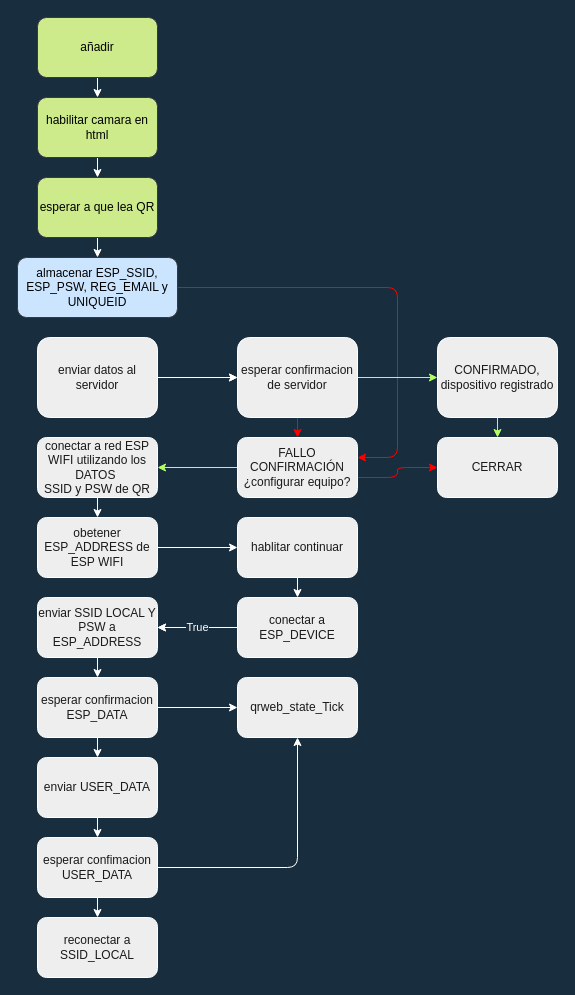
Earlier version of the draw.io diagram design_files/Untitled Diagram3.drawio (marsex/workbench). Source tidied: cells renumbered, new cells numbered last; positions are measured from the earlier drawing's top-left corner, leaving out a move shared by most shapes. Both pictures are drawn from the tidied source at 100%, with x=0, y=0 at pixel (17, 17).
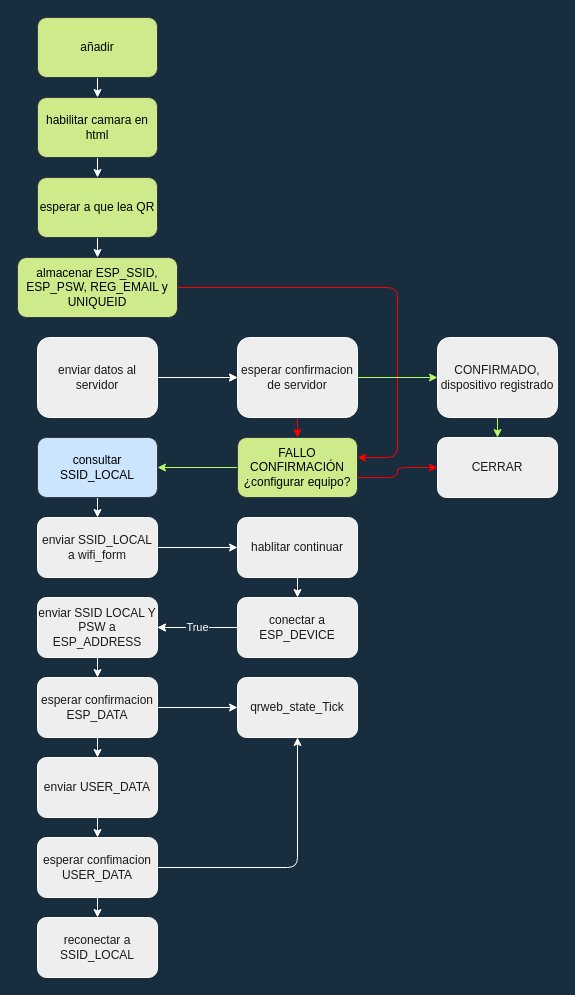
The same page after the edit.

The edit, as a diff of the source:
```diff
@@
-    <mxCell id="9" value="almacenar ESP_SSID, ESP_PSW, REG_EMAIL y UNIQUEID" style="whiteSpace=wrap;html=1;fillColor=#cce5ff;strokeColor=#36393d;rounded=1;" parent="1" vertex="1">
+    <mxCell id="9" value="almacenar ESP_SSID, ESP_PSW, REG_EMAIL y UNIQUEID" style="whiteSpace=wrap;html=1;fillColor=#cdeb8b;strokeColor=#36393d;rounded=1;" parent="1" vertex="1">
       <mxGeometry y="240" width="160" height="60" as="geometry" />
     </mxCell>
@@
-    <mxCell id="14" value="conectar a red ESP WIFI utilizando los DATOS&amp;nbsp;&lt;br&gt;SSID y PSW de QR" style="whiteSpace=wrap;html=1;fillColor=#EEEEEE;strokeColor=#FFFFFF;fontColor=#1A1A1A;rounded=1;" parent="1" vertex="1">
+    <mxCell id="14" value="consultar SSID_LOCAL" style="whiteSpace=wrap;html=1;fillColor=#cce5ff;strokeColor=#36393d;rounded=1;" parent="1" vertex="1">
       <mxGeometry x="20" y="420" width="120" height="60" as="geometry" />
     </mxCell>
@@
-    <mxCell id="16" value="&lt;span&gt;obetener ESP_ADDRESS de ESP WIFI&lt;/span&gt;" style="whiteSpace=wrap;html=1;fillColor=#EEEEEE;strokeColor=#FFFFFF;fontColor=#1A1A1A;rounded=1;" parent="1" vertex="1">
+    <mxCell id="16" value="enviar SSID_LOCAL a wifi_form" style="whiteSpace=wrap;html=1;fillColor=#EEEEEE;strokeColor=#FFFFFF;fontColor=#1A1A1A;rounded=1;" parent="1" vertex="1">
       <mxGeometry x="20" y="500" width="120" height="60" as="geometry" />
     </mxCell>
@@
-    <mxCell id="24" value="FALLO CONFIRMACIÓN&lt;br&gt;¿configurar equipo?" style="whiteSpace=wrap;html=1;fillColor=#EEEEEE;strokeColor=#FFFFFF;fontColor=#1A1A1A;rounded=1;" parent="1" vertex="1">
+    <mxCell id="24" value="FALLO CONFIRMACIÓN&lt;br&gt;¿configurar equipo?" style="whiteSpace=wrap;html=1;fillColor=#cdeb8b;strokeColor=#36393d;rounded=1;" parent="1" vertex="1">
       <mxGeometry x="220" y="420" width="120" height="60" as="geometry" />
     </mxCell>
```
